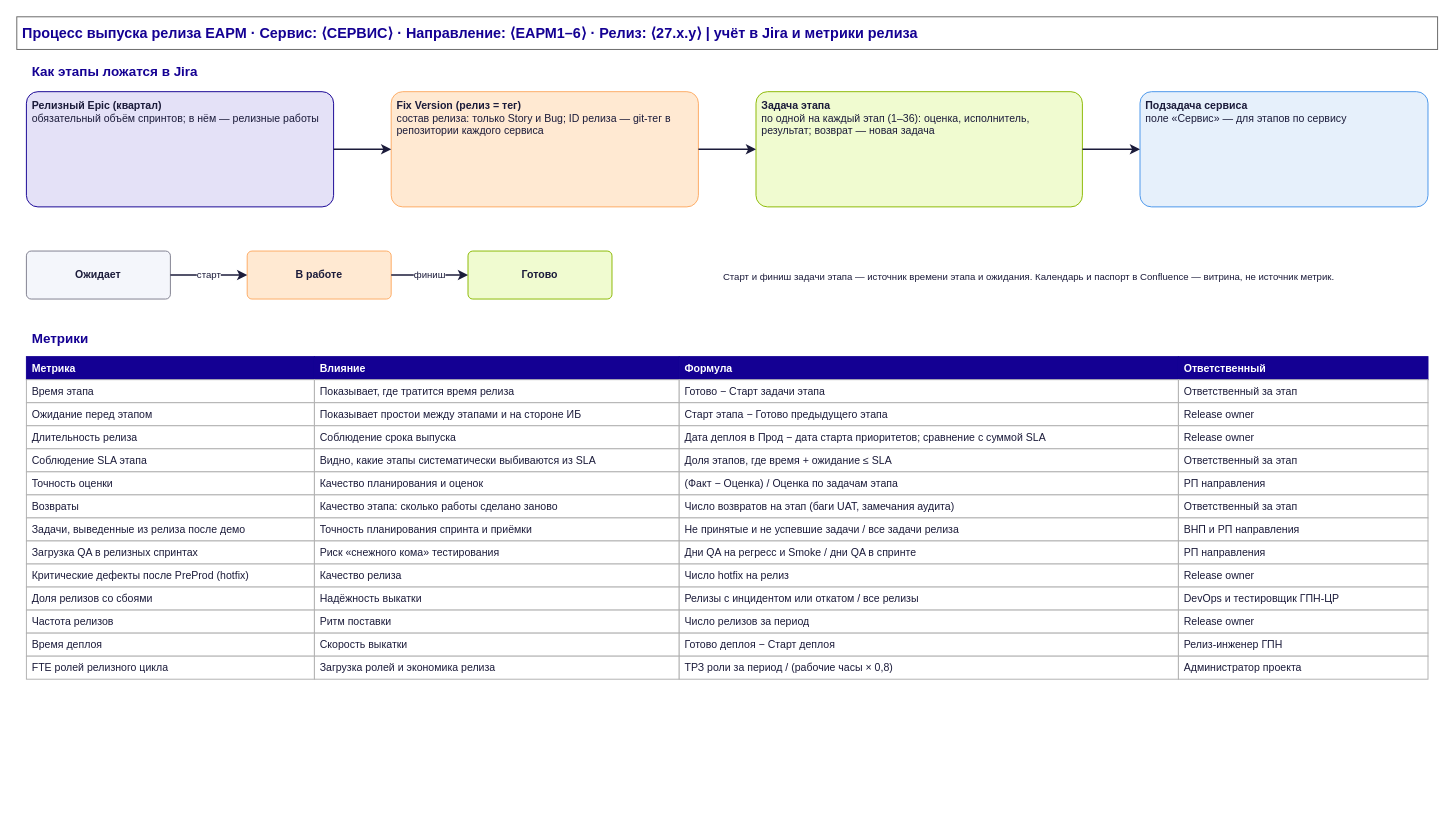
KMNV777/main_arsen keeps this draw.io diagram as page "4. Jira и метрики" (4 of 7) of docs/drawio/10-release-process.drawio. Above is the earlier version. Source tidied: cells renumbered, new cells numbered last; positions are measured from the earlier drawing's top-left corner, leaving out a move shared by most shapes. Both pictures are drawn from the tidied source at 96%, with x=0, y=0 at pixel (16, 16).
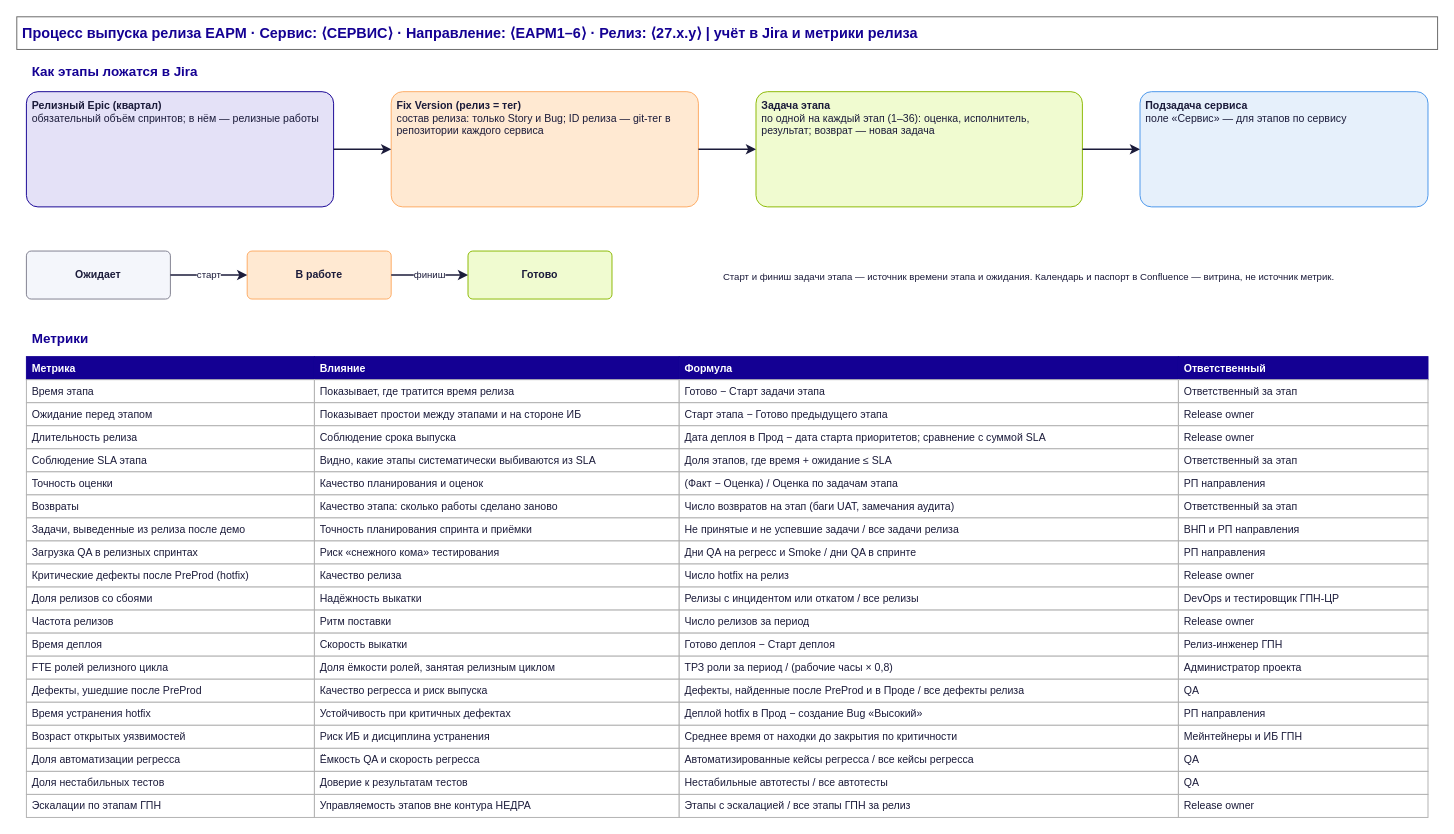
The same diagram, later.

The edit, as a diff of the source:
```diff
@@
-    <mxCell id="66" value="Загрузка ролей и экономика релиза" style="rounded=0;whiteSpace=wrap;html=1;fillColor=#FFFFFF;strokeColor=#B0B0B0;strokeWidth=1;fontSize=11;fontColor=#1B1B3A;align=left;verticalAlign=middle;spacingLeft=4;spacingRight=4;spacingTop=2;spacingBottom=2;" parent="1" vertex="1">
+    <mxCell id="66" value="Доля ёмкости ролей, занятая релизным циклом" style="rounded=0;whiteSpace=wrap;html=1;fillColor=#FFFFFF;strokeColor=#B0B0B0;strokeWidth=1;fontSize=11;fontColor=#1B1B3A;align=left;verticalAlign=middle;spacingLeft=4;spacingRight=4;spacingTop=2;spacingBottom=2;" parent="1" vertex="1">
       <mxGeometry x="310" y="666" width="380" height="24" as="geometry" />
     </mxCell>
@@
+    <mxCell id="74" value="Дефекты, ушедшие после PreProd" style="rounded=0;whiteSpace=wrap;html=1;fillColor=#FFFFFF;strokeColor=#B0B0B0;strokeWidth=1;fontSize=11;fontColor=#1B1B3A;align=left;verticalAlign=middle;spacingLeft=4;spacingRight=4;spacingTop=2;spacingBottom=2;" parent="1" vertex="1">
+      <mxGeometry x="10" y="690" width="300" height="24" as="geometry" />
+    </mxCell>
+    <mxCell id="75" value="Качество регресса и риск выпуска" style="rounded=0;whiteSpace=wrap;html=1;fillColor=#FFFFFF;strokeColor=#B0B0B0;strokeWidth=1;fontSize=11;fontColor=#1B1B3A;align=left;verticalAlign=middle;spacingLeft=4;spacingRight=4;spacingTop=2;spacingBottom=2;" parent="1" vertex="1">
+      <mxGeometry x="310" y="690" width="380" height="24" as="geometry" />
+    </mxCell>
+    <mxCell id="76" value="Дефекты, найденные после PreProd и в Проде / все дефекты релиза" style="rounded=0;whiteSpace=wrap;html=1;fillColor=#FFFFFF;strokeColor=#B0B0B0;strokeWidth=1;fontSize=11;fontColor=#1B1B3A;align=left;verticalAlign=middle;spacingLeft=4;spacingRight=4;spacingTop=2;spacingBottom=2;" parent="1" vertex="1">
+      <mxGeometry x="690" y="690" width="520" height="24" as="geometry" />
+    </mxCell>
+    <mxCell id="77" value="QA" style="rounded=0;whiteSpace=wrap;html=1;fillColor=#FFFFFF;strokeColor=#B0B0B0;strokeWidth=1;fontSize=11;fontColor=#1B1B3A;align=left;verticalAlign=middle;spacingLeft=4;spacingRight=4;spacingTop=2;spacingBottom=2;" parent="1" vertex="1">
+      <mxGeometry x="1210" y="690" width="260" height="24" as="geometry" />
+    </mxCell>
+    <mxCell id="78" value="Время устранения hotfix" style="rounded=0;whiteSpace=wrap;html=1;fillColor=#FFFFFF;strokeColor=#B0B0B0;strokeWidth=1;fontSize=11;fontColor=#1B1B3A;align=left;verticalAlign=middle;spacingLeft=4;spacingRight=4;spacingTop=2;spacingBottom=2;" parent="1" vertex="1">
+      <mxGeometry x="10" y="714" width="300" height="24" as="geometry" />
+    </mxCell>
+    <mxCell id="79" value="Устойчивость при критичных дефектах" style="rounded=0;whiteSpace=wrap;html=1;fillColor=#FFFFFF;strokeColor=#B0B0B0;strokeWidth=1;fontSize=11;fontColor=#1B1B3A;align=left;verticalAlign=middle;spacingLeft=4;spacingRight=4;spacingTop=2;spacingBottom=2;" parent="1" vertex="1">
+      <mxGeometry x="310" y="714" width="380" height="24" as="geometry" />
+    </mxCell>
+    <mxCell id="80" value="Деплой hotfix в Прод − создание Bug «Высокий»" style="rounded=0;whiteSpace=wrap;html=1;fillColor=#FFFFFF;strokeColor=#B0B0B0;strokeWidth=1;fontSize=11;fontColor=#1B1B3A;align=left;verticalAlign=middle;spacingLeft=4;spacingRight=4;spacingTop=2;spacingBottom=2;" parent="1" vertex="1">
+      <mxGeometry x="690" y="714" width="520" height="24" as="geometry" />
+    </mxCell>
+    <mxCell id="81" value="РП направления" style="rounded=0;whiteSpace=wrap;html=1;fillColor=#FFFFFF;strokeColor=#B0B0B0;strokeWidth=1;fontSize=11;fontColor=#1B1B3A;align=left;verticalAlign=middle;spacingLeft=4;spacingRight=4;spacingTop=2;spacingBottom=2;" parent="1" vertex="1">
+      <mxGeometry x="1210" y="714" width="260" height="24" as="geometry" />
+    </mxCell>
+    <mxCell id="82" value="Возраст открытых уязвимостей" style="rounded=0;whiteSpace=wrap;html=1;fillColor=#FFFFFF;strokeColor=#B0B0B0;strokeWidth=1;fontSize=11;fontColor=#1B1B3A;align=left;verticalAlign=middle;spacingLeft=4;spacingRight=4;spacingTop=2;spacingBottom=2;" parent="1" vertex="1">
+      <mxGeometry x="10" y="738" width="300" height="24" as="geometry" />
+    </mxCell>
+    <mxCell id="83" value="Риск ИБ и дисциплина устранения" style="rounded=0;whiteSpace=wrap;html=1;fillColor=#FFFFFF;strokeColor=#B0B0B0;strokeWidth=1;fontSize=11;fontColor=#1B1B3A;align=left;verticalAlign=middle;spacingLeft=4;spacingRight=4;spacingTop=2;spacingBottom=2;" parent="1" vertex="1">
+      <mxGeometry x="310" y="738" width="380" height="24" as="geometry" />
+    </mxCell>
+    <mxCell id="84" value="Среднее время от находки до закрытия по критичности" style="rounded=0;whiteSpace=wrap;html=1;fillColor=#FFFFFF;strokeColor=#B0B0B0;strokeWidth=1;fontSize=11;fontColor=#1B1B3A;align=left;verticalAlign=middle;spacingLeft=4;spacingRight=4;spacingTop=2;spacingBottom=2;" parent="1" vertex="1">
+      <mxGeometry x="690" y="738" width="520" height="24" as="geometry" />
+    </mxCell>
+    <mxCell id="85" value="Мейнтейнеры и ИБ ГПН" style="rounded=0;whiteSpace=wrap;html=1;fillColor=#FFFFFF;strokeColor=#B0B0B0;strokeWidth=1;fontSize=11;fontColor=#1B1B3A;align=left;verticalAlign=middle;spacingLeft=4;spacingRight=4;spacingTop=2;spacingBottom=2;" parent="1" vertex="1">
+      <mxGeometry x="1210" y="738" width="260" height="24" as="geometry" />
+    </mxCell>
+    <mxCell id="86" value="Доля автоматизации регресса" style="rounded=0;whiteSpace=wrap;html=1;fillColor=#FFFFFF;strokeColor=#B0B0B0;strokeWidth=1;fontSize=11;fontColor=#1B1B3A;align=left;verticalAlign=middle;spacingLeft=4;spacingRight=4;spacingTop=2;spacingBottom=2;" parent="1" vertex="1">
+      <mxGeometry x="10" y="762" width="300" height="24" as="geometry" />
+    </mxCell>
+    <mxCell id="87" value="Ёмкость QA и скорость регресса" style="rounded=0;whiteSpace=wrap;html=1;fillColor=#FFFFFF;strokeColor=#B0B0B0;strokeWidth=1;fontSize=11;fontColor=#1B1B3A;align=left;verticalAlign=middle;spacingLeft=4;spacingRight=4;spacingTop=2;spacingBottom=2;" parent="1" vertex="1">
+      <mxGeometry x="310" y="762" width="380" height="24" as="geometry" />
+    </mxCell>
+    <mxCell id="88" value="Автоматизированные кейсы регресса / все кейсы регресса" style="rounded=0;whiteSpace=wrap;html=1;fillColor=#FFFFFF;strokeColor=#B0B0B0;strokeWidth=1;fontSize=11;fontColor=#1B1B3A;align=left;verticalAlign=middle;spacingLeft=4;spacingRight=4;spacingTop=2;spacingBottom=2;" parent="1" vertex="1">
+      <mxGeometry x="690" y="762" width="520" height="24" as="geometry" />
+    </mxCell>
+    <mxCell id="89" value="QA" style="rounded=0;whiteSpace=wrap;html=1;fillColor=#FFFFFF;strokeColor=#B0B0B0;strokeWidth=1;fontSize=11;fontColor=#1B1B3A;align=left;verticalAlign=middle;spacingLeft=4;spacingRight=4;spacingTop=2;spacingBottom=2;" parent="1" vertex="1">
+      <mxGeometry x="1210" y="762" width="260" height="24" as="geometry" />
+    </mxCell>
+    <mxCell id="90" value="Доля нестабильных тестов" style="rounded=0;whiteSpace=wrap;html=1;fillColor=#FFFFFF;strokeColor=#B0B0B0;strokeWidth=1;fontSize=11;fontColor=#1B1B3A;align=left;verticalAlign=middle;spacingLeft=4;spacingRight=4;spacingTop=2;spacingBottom=2;" parent="1" vertex="1">
+      <mxGeometry x="10" y="786" width="300" height="24" as="geometry" />
+    </mxCell>
+    <mxCell id="91" value="Доверие к результатам тестов" style="rounded=0;whiteSpace=wrap;html=1;fillColor=#FFFFFF;strokeColor=#B0B0B0;strokeWidth=1;fontSize=11;fontColor=#1B1B3A;align=left;verticalAlign=middle;spacingLeft=4;spacingRight=4;spacingTop=2;spacingBottom=2;" parent="1" vertex="1">
+      <mxGeometry x="310" y="786" width="380" height="24" as="geometry" />
+    </mxCell>
+    <mxCell id="92" value="Нестабильные автотесты / все автотесты" style="rounded=0;whiteSpace=wrap;html=1;fillColor=#FFFFFF;strokeColor=#B0B0B0;strokeWidth=1;fontSize=11;fontColor=#1B1B3A;align=left;verticalAlign=middle;spacingLeft=4;spacingRight=4;spacingTop=2;spacingBottom=2;" parent="1" vertex="1">
+      <mxGeometry x="690" y="786" width="520" height="24" as="geometry" />
+    </mxCell>
+    <mxCell id="93" value="QA" style="rounded=0;whiteSpace=wrap;html=1;fillColor=#FFFFFF;strokeColor=#B0B0B0;strokeWidth=1;fontSize=11;fontColor=#1B1B3A;align=left;verticalAlign=middle;spacingLeft=4;spacingRight=4;spacingTop=2;spacingBottom=2;" parent="1" vertex="1">
+      <mxGeometry x="1210" y="786" width="260" height="24" as="geometry" />
+    </mxCell>
+    <mxCell id="94" value="Эскалации по этапам ГПН" style="rounded=0;whiteSpace=wrap;html=1;fillColor=#FFFFFF;strokeColor=#B0B0B0;strokeWidth=1;fontSize=11;fontColor=#1B1B3A;align=left;verticalAlign=middle;spacingLeft=4;spacingRight=4;spacingTop=2;spacingBottom=2;" parent="1" vertex="1">
+      <mxGeometry x="10" y="810" width="300" height="24" as="geometry" />
+    </mxCell>
+    <mxCell id="95" value="Управляемость этапов вне контура НЕДРА" style="rounded=0;whiteSpace=wrap;html=1;fillColor=#FFFFFF;strokeColor=#B0B0B0;strokeWidth=1;fontSize=11;fontColor=#1B1B3A;align=left;verticalAlign=middle;spacingLeft=4;spacingRight=4;spacingTop=2;spacingBottom=2;" parent="1" vertex="1">
+      <mxGeometry x="310" y="810" width="380" height="24" as="geometry" />
+    </mxCell>
+    <mxCell id="96" value="Этапы с эскалацией / все этапы ГПН за релиз" style="rounded=0;whiteSpace=wrap;html=1;fillColor=#FFFFFF;strokeColor=#B0B0B0;strokeWidth=1;fontSize=11;fontColor=#1B1B3A;align=left;verticalAlign=middle;spacingLeft=4;spacingRight=4;spacingTop=2;spacingBottom=2;" parent="1" vertex="1">
+      <mxGeometry x="690" y="810" width="520" height="24" as="geometry" />
+    </mxCell>
+    <mxCell id="97" value="Release owner" style="rounded=0;whiteSpace=wrap;html=1;fillColor=#FFFFFF;strokeColor=#B0B0B0;strokeWidth=1;fontSize=11;fontColor=#1B1B3A;align=left;verticalAlign=middle;spacingLeft=4;spacingRight=4;spacingTop=2;spacingBottom=2;" parent="1" vertex="1">
+      <mxGeometry x="1210" y="810" width="260" height="24" as="geometry" />
+    </mxCell>
```
